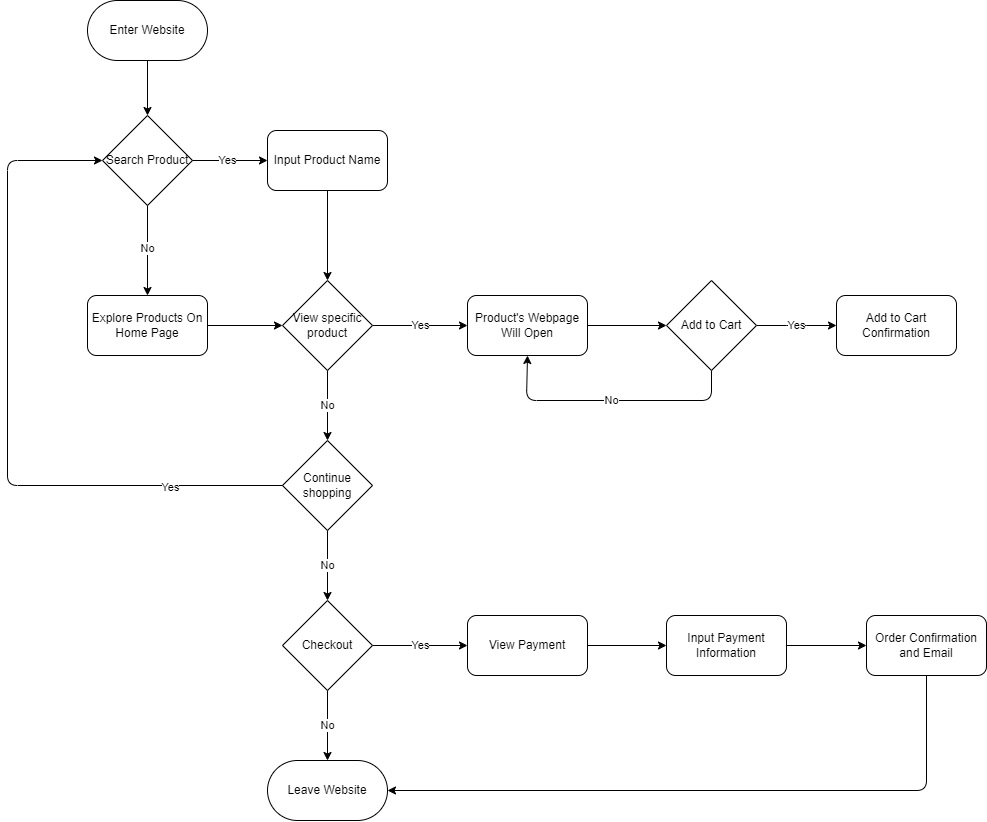
Above: explore/diagramming/diagram.drawio.png in EdwardLinS/sp24-cse110-lab4 (draw.io), before the change. Source tidied: cells renumbered, new cells last; positions are measured from the earlier drawing's top-left corner, leaving out a move shared by most shapes.
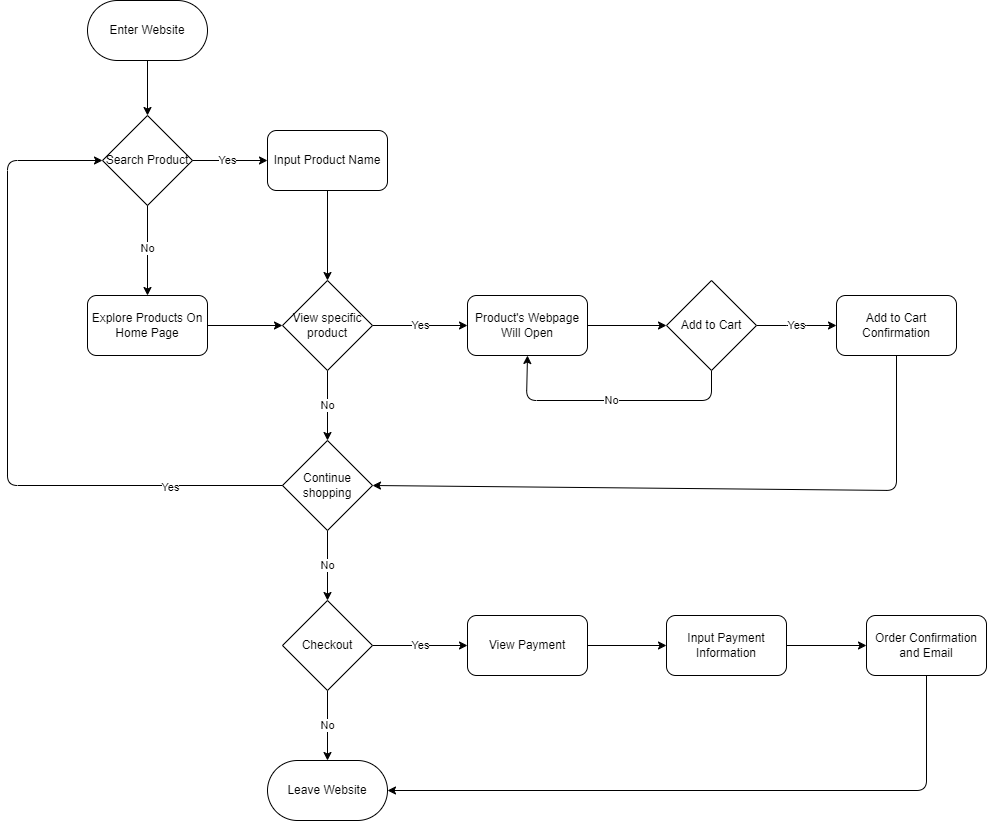
The same diagram one commit later.

The edit, as a diff of the source:
```diff
@@ -82,6 +82,13 @@
     <mxCell id="21" value="Add to Cart" style="rhombus;whiteSpace=wrap;html=1;rounded=0;" parent="1" vertex="1">
       <mxGeometry x="659" y="280" width="90" height="90" as="geometry" />
     </mxCell>
+    <mxCell id="33" style="edgeStyle=none;html=1;exitX=0.5;exitY=1;exitDx=0;exitDy=0;entryX=1;entryY=0.5;entryDx=0;entryDy=0;" parent="1" edge="1" source="22" target="18">
+      <mxGeometry relative="1" as="geometry">
+        <Array as="points">
+          <mxPoint x="889" y="490" />
+        </Array>
+      </mxGeometry>
+    </mxCell>
     <mxCell id="22" value="Add to Cart Confirmation" style="whiteSpace=wrap;html=1;rounded=1;" parent="1" vertex="1">
       <mxGeometry x="829" y="295" width="120" height="60" as="geometry" />
     </mxCell>
```
